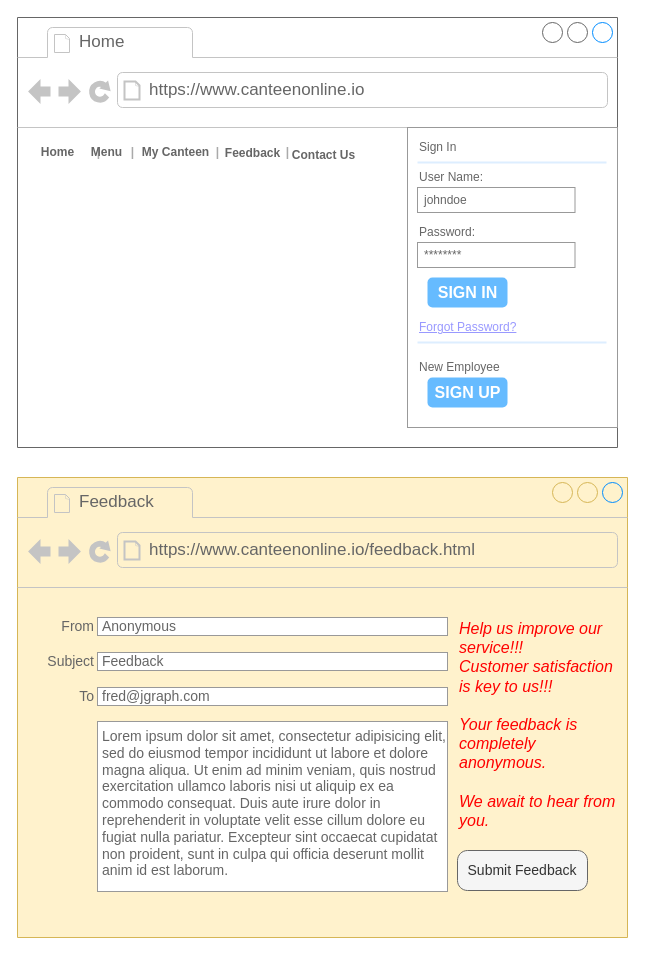
This is menu_creation_and_feedback_form.drawio from ysebega/ysebega, a draw.io file, before an edit. Source tidied: cells renumbered, new cells numbered last; positions are measured from the earlier drawing's top-left corner, leaving out a move shared by most shapes. Both pictures are drawn from the tidied source at 100%, with x=0, y=0 at pixel (17, 17).
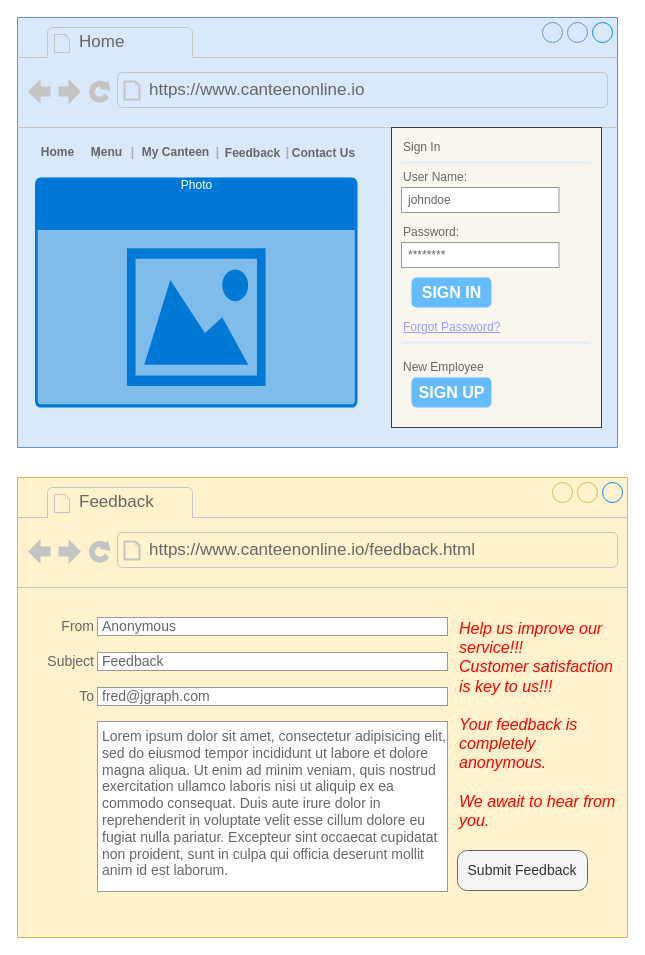
After the change.

What changed in the source:
```diff
@@
-    <mxCell id="2" style="strokeWidth=1;shadow=0;dashed=0;align=center;html=1;shape=mxgraph.mockup.containers.browserWindow;rSize=0;strokeColor=#666666;strokeColor2=#008cff;strokeColor3=#c4c4c4;mainText=,;" parent="1" vertex="1">
+    <mxCell id="2" style="strokeWidth=1;shadow=0;dashed=0;align=center;html=1;shape=mxgraph.mockup.containers.browserWindow;rSize=0;strokeColor=#6c8ebf;strokeColor2=#008cff;strokeColor3=#c4c4c4;mainText=,;fillColor=#dae8fc;" parent="1" vertex="1">
       <mxGeometry width="600" height="430" as="geometry" />
     </mxCell>
@@
-    <mxCell id="5" style="strokeWidth=1;shadow=0;dashed=0;align=center;html=1;shape=mxgraph.mockup.forms.rrect;rSize=0;strokeColor=#999999;fillColor=#ffffff;" parent="2" vertex="1">
-      <mxGeometry x="390" y="110" width="210" height="300" as="geometry" />
+    <mxCell id="5" style="strokeWidth=1;shadow=0;dashed=0;align=center;html=1;shape=mxgraph.mockup.forms.rrect;rSize=0;strokeColor=#36393d;fillColor=#f9f7ed;" parent="2" vertex="1">
+      <mxGeometry x="374" y="110" width="210" height="300" as="geometry" />
     </mxCell>
@@
+    <mxCell id="38" value="Photo" style="html=1;strokeColor=none;fillColor=#0079D6;labelPosition=center;verticalLabelPosition=middle;verticalAlign=top;align=center;fontSize=12;spacingTop=-6;fontColor=#FFFFFF;sketch=0;shape=mxgraph.sitemap.photo;" parent="2" vertex="1">
+      <mxGeometry x="17.5" y="160" width="322.5" height="230" as="geometry" />
+    </mxCell>
@@
     <mxCell id="36" value="&lt;font style=&quot;font-size: 12px;&quot;&gt;Contact Us&lt;/font&gt;" style="strokeWidth=1;shadow=0;dashed=0;align=center;html=1;shape=mxgraph.mockup.navigation.anchor;fontSize=17;fontColor=#666666;fontStyle=1;" parent="1" vertex="1">
-      <mxGeometry x="276" y="122" width="60" height="30" as="geometry" />
+      <mxGeometry x="276" y="120" width="60" height="30" as="geometry" />
     </mxCell>
```
